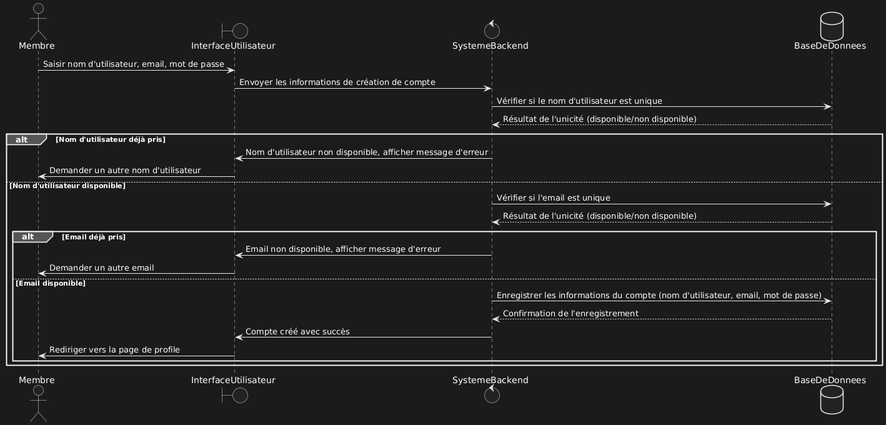
manelbenhamouda/projets-CDA keeps this PlantUML diagram as Dossier_Technique/UML/diagram_de_sequences/inscription.png. Above is the earlier version.
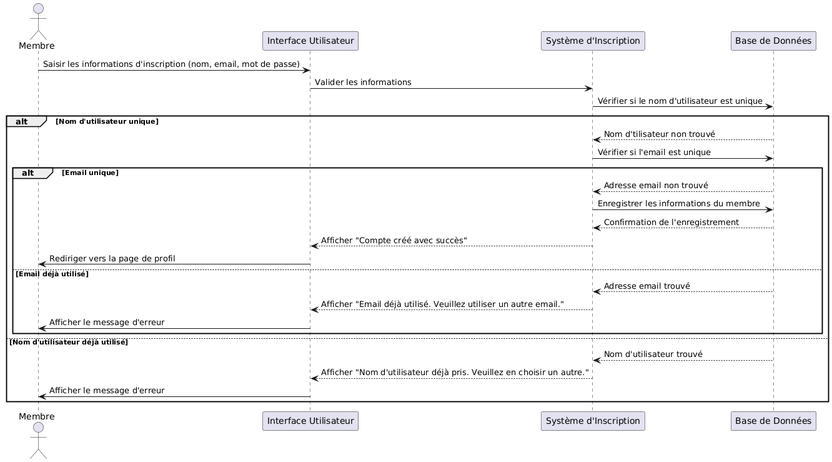
After the commit.

Diff of the diagram source:
```diff
@@ -1,30 +1,34 @@
 @startuml
 actor Membre
-boundary InterfaceUtilisateur
-control SystemeBackend
-database BaseDeDonnees
+participant "Interface Utilisateur" as UI
+participant "Système d'Inscription" as System
+participant "Base de Données" as DB
 
-Membre -> InterfaceUtilisateur: Saisir nom d'utilisateur, email, mot de passe
-InterfaceUtilisateur -> SystemeBackend: Envoyer les informations de création de compte
-SystemeBackend -> BaseDeDonnees: Vérifier si le nom d'utilisateur est unique
-BaseDeDonnees --> SystemeBackend: Résultat de l'unicité (disponible/non disponible)
+Membre -> UI : Saisir les informations d'inscription (nom, email, mot de passe)
+UI -> System : Valider les informations
+System -> DB : Vérifier si le nom d'utilisateur est unique
 
-alt Nom d'utilisateur déjà pris
-    SystemeBackend -> InterfaceUtilisateur: Nom d'utilisateur non disponible, afficher message d'erreur
-    InterfaceUtilisateur -> Membre: Demander un autre nom d'utilisateur
-else Nom d'utilisateur disponible
-    SystemeBackend -> BaseDeDonnees: Vérifier si l'email est unique
-    BaseDeDonnees --> SystemeBackend: Résultat de l'unicité (disponible/non disponible)
 
-    alt Email déjà pris
-        SystemeBackend -> InterfaceUtilisateur: Email non disponible, afficher message d'erreur
-        InterfaceUtilisateur -> Membre: Demander un autre email
-    else Email disponible
-        SystemeBackend -> BaseDeDonnees: Enregistrer les informations du compte (nom d'utilisateur, email, mot de passe)
-        BaseDeDonnees --> SystemeBackend: Confirmation de l'enregistrement
+alt Nom d'utilisateur unique
+    DB --> System : Nom d'tilisateur non trouvé
+    System -> DB : Vérifier si l'email est unique
 
-        SystemeBackend -> InterfaceUtilisateur: Compte créé avec succès
-        InterfaceUtilisateur -> Membre: Rediriger vers la page de profile
+
+    alt Email unique
+        DB --> System : Adresse email non trouvé
+        System -> DB : Enregistrer les informations du membre
+        DB --> System : Confirmation de l'enregistrement
+        System --> UI : Afficher "Compte créé avec succès"
+        UI -> Membre : Rediriger vers la page de profil
+    else Email déjà utilisé
+        DB --> System : Adresse email trouvé
+        System --> UI : Afficher "Email déjà utilisé. Veuillez utiliser un autre email."
+        UI -> Membre : Afficher le message d'erreur
     end
+
+else Nom d'utilisateur déjà utilisé
+    DB --> System : Nom d'utilisateur trouvé
+    System --> UI : Afficher "Nom d'utilisateur déjà pris. Veuillez en choisir un autre."
+    UI -> Membre : Afficher le message d'erreur
 end
 @enduml
```
